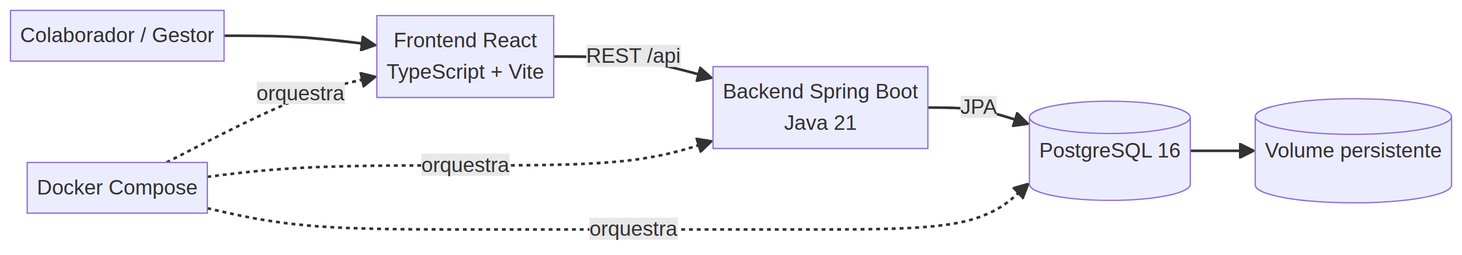
gabrielhochmann-academic/es2-travel-management keeps this Mermaid diagram as docs/arquitetura/arquitetura-exemplo.png. Above is the earlier version. Its source is kept beside it as docs/arquitetura/arquitetura-exemplo.mmd.
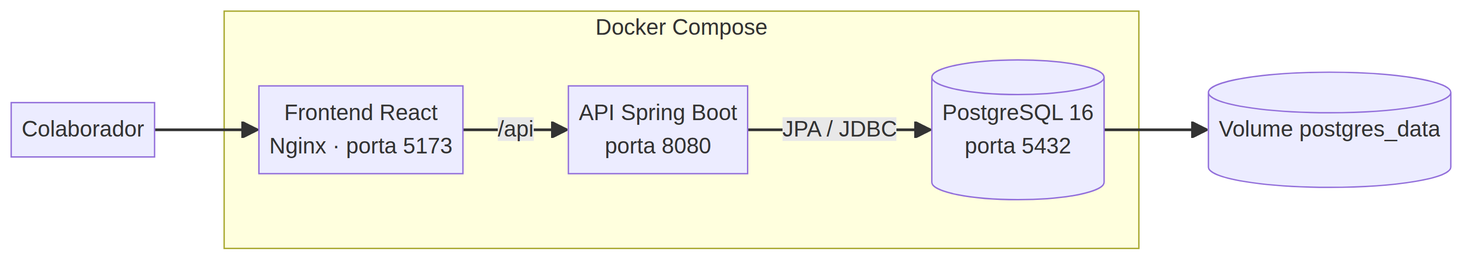
After the change.

The edit, as a diff of the source:
```diff
@@ -1,8 +1,11 @@
 flowchart LR
-    user["Colaborador / Gestor"] --> browser["Frontend React\nTypeScript + Vite"]
-    browser -->|"REST /api"| api["Backend Spring Boot\nJava 21"]
-    api -->|"JPA"| db[("PostgreSQL 16")]
-    compose["Docker Compose"] -. orquestra .-> browser
-    compose -. orquestra .-> api
-    compose -. orquestra .-> db
-    db --> volume[("Volume persistente")]
+    user["Colaborador"] --> frontend["Frontend React\nNginx · porta 5173"]
+    frontend -->|"/api"| backend["API Spring Boot\nporta 8080"]
+    backend -->|"JPA / JDBC"| database[("PostgreSQL 16\nporta 5432")]
+    database --> volume[("Volume postgres_data")]
+
+    subgraph compose["Docker Compose"]
+      frontend
+      backend
+      database
+    end
```
